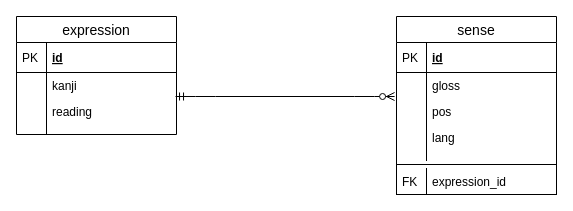
odrevet/edict_database keeps this draw.io diagram as page "expression.db" (2 of 2) of doc/Entity Relationship Diagram.drawio. Above is the earlier version. Source tidied: cells renumbered, new cells numbered last; positions are measured from the earlier drawing's top-left corner, leaving out a move shared by most shapes. Both pictures are drawn from the tidied source at 100%, with x=0, y=0 at pixel (16, 16).
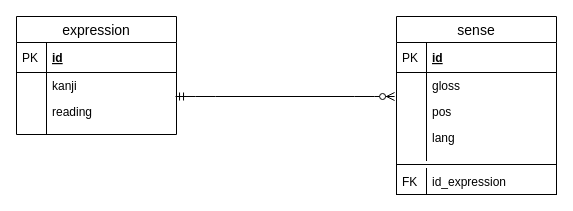
Above is the later version.

The change refers to these unchanged cells:
```xml
<mxCell id="2" value="sense" style="swimlane;fontStyle=0;horizontal=1;startSize=26;align=center;fontSize=14;" parent="1" vertex="1">
  <mxGeometry x="380" width="160" height="178" as="geometry" />
</mxCell>
```

What changed in the source:
```diff
@@
-    <mxCell id="14" value="expression_id" style="shape=partialRectangle;top=0;left=0;right=0;bottom=1;align=left;verticalAlign=top;fillColor=none;spacingLeft=34;spacingRight=4;overflow=hidden;fontSize=12;" parent="2" vertex="1">
+    <mxCell id="14" value="id_expression" style="shape=partialRectangle;top=0;left=0;right=0;bottom=1;align=left;verticalAlign=top;fillColor=none;spacingLeft=34;spacingRight=4;overflow=hidden;fontSize=12;" parent="2" vertex="1">
       <mxGeometry y="152" width="160" height="26" as="geometry" />
     </mxCell>
```
